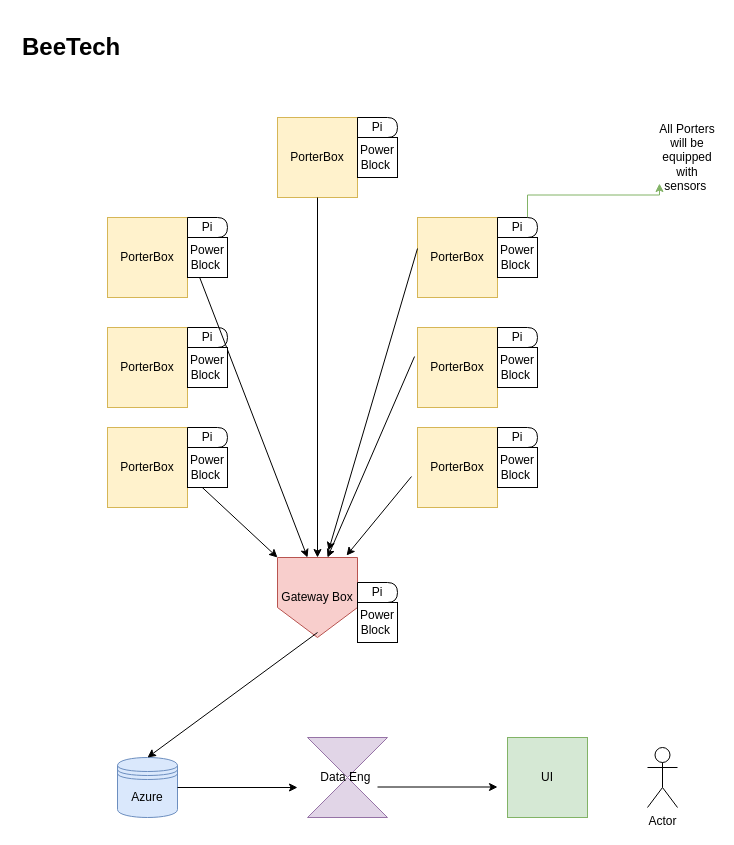
Above: BeeTech.drawio in Lewjyi/BeeTechPub (draw.io), before the change. Source tidied: cells renumbered, new cells numbered last; positions are measured from the earlier drawing's top-left corner, leaving out a move shared by most shapes. Both pictures are drawn from the tidied source at 100%, with x=0, y=0 at pixel (17, 27).
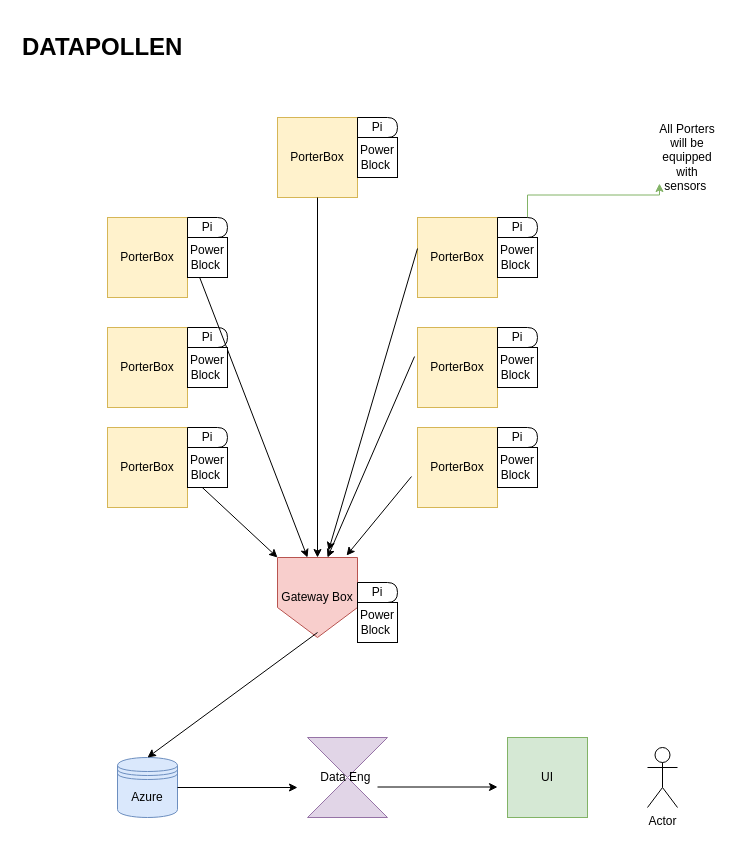
The same page after the edit.

The edit, as a diff of the source:
```diff
@@
-    <mxCell id="32" value="&lt;h1&gt;BeeTech&amp;nbsp;&lt;/h1&gt;" style="text;html=1;strokeColor=none;fillColor=none;spacing=5;spacingTop=-20;whiteSpace=wrap;overflow=hidden;rounded=0;" parent="1" vertex="1">
+    <mxCell id="32" value="&lt;h1&gt;DATAPOLLEN &lt;br&gt;&lt;/h1&gt;" style="text;html=1;strokeColor=none;fillColor=none;spacing=5;spacingTop=-20;whiteSpace=wrap;overflow=hidden;rounded=0;" parent="1" vertex="1">
       <mxGeometry width="190" height="120" as="geometry" />
     </mxCell>
```
